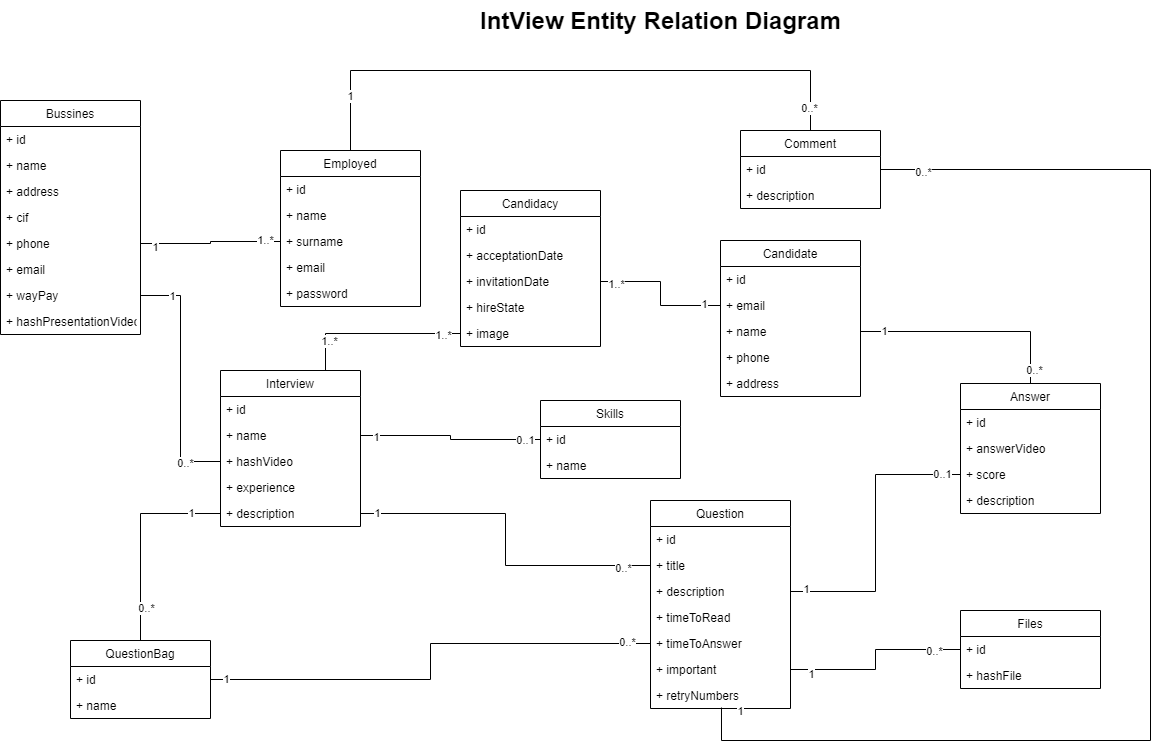
nen155/IntView keeps this draw.io diagram as IntView Entity Relation Diagram.png. Above is the earlier version. Source tidied: cells renumbered, new cells last; positions are measured from the earlier drawing's top-left corner, leaving out a move shared by most shapes.
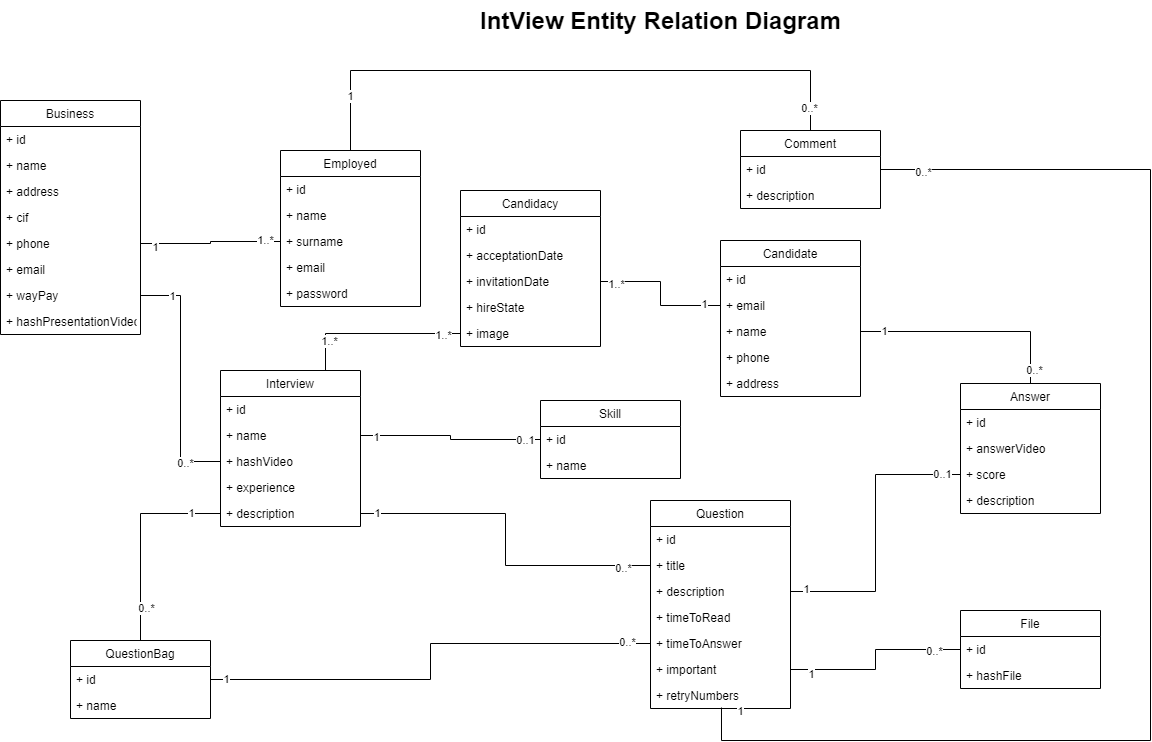
After the commit.

Commit message:
updated diagram entity relation

Change to the diagram source:
```diff
@@ -2,7 +2,7 @@
   <root>
     <mxCell id="0" />
     <mxCell id="1" parent="0" />
-    <mxCell id="2" value="Bussines" style="swimlane;fontStyle=0;horizontal=1;startSize=26;fillColor=none;" parent="1" vertex="1">
+    <mxCell id="2" value="Business" style="swimlane;fontStyle=0;horizontal=1;startSize=26;fillColor=none;" parent="1" vertex="1">
       <mxGeometry y="100" width="140" height="234" as="geometry" />
     </mxCell>
     <mxCell id="3" value="+ id" style="text;strokeColor=none;fillColor=none;align=left;verticalAlign=top;spacingLeft=4;spacingRight=4;overflow=hidden;" parent="2" vertex="1">
@@ -139,7 +139,7 @@
     <mxCell id="45" value="+ description" style="text;strokeColor=none;fillColor=none;align=left;verticalAlign=top;spacingLeft=4;spacingRight=4;overflow=hidden;" parent="41" vertex="1">
       <mxGeometry y="104" width="140" height="26" as="geometry" />
     </mxCell>
-    <mxCell id="46" value="Skills" style="swimlane;fontStyle=0;horizontal=1;startSize=26;fillColor=none;" parent="1" vertex="1">
+    <mxCell id="46" value="Skill" style="swimlane;fontStyle=0;horizontal=1;startSize=26;fillColor=none;" parent="1" vertex="1">
       <mxGeometry x="540" y="400" width="140" height="78" as="geometry" />
     </mxCell>
     <mxCell id="47" value="+ id" style="text;strokeColor=none;fillColor=none;align=left;verticalAlign=top;spacingLeft=4;spacingRight=4;overflow=hidden;points=[[0,0.5],[1,0.5]];portConstraint=eastwest;" parent="46" vertex="1">
@@ -190,7 +190,7 @@
     <mxCell id="62" value="+ description" style="text;strokeColor=none;fillColor=none;align=left;verticalAlign=top;spacingLeft=4;spacingRight=4;overflow=hidden;" parent="60" vertex="1">
       <mxGeometry y="52" width="140" height="26" as="geometry" />
     </mxCell>
-    <mxCell id="63" value="Files" style="swimlane;fontStyle=0;horizontal=1;startSize=26;fillColor=none;" parent="1" vertex="1">
+    <mxCell id="63" value="File" style="swimlane;fontStyle=0;horizontal=1;startSize=26;fillColor=none;" parent="1" vertex="1">
       <mxGeometry x="960" y="610" width="140" height="78" as="geometry" />
     </mxCell>
     <mxCell id="64" value="+ id" style="text;strokeColor=none;fillColor=none;align=left;verticalAlign=top;spacingLeft=4;spacingRight=4;overflow=hidden;points=[[0,0.5],[1,0.5]];portConstraint=eastwest;" parent="63" vertex="1">
```
